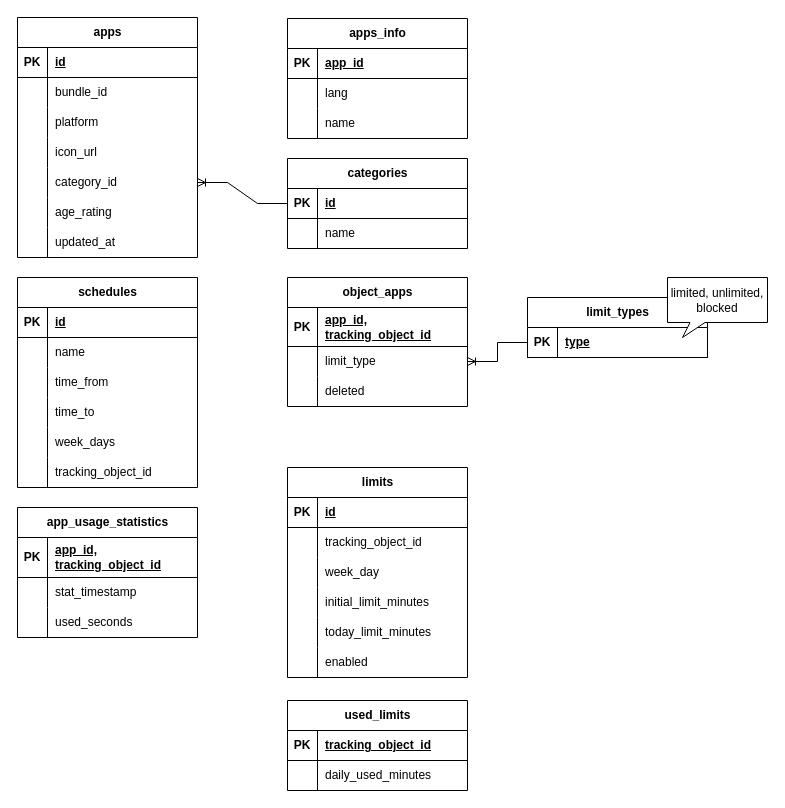
Above: Диаграмма без названия.drawio in satmurat/transfer (draw.io), before the change. Source tidied: cells renumbered, new cells numbered last; positions are measured from the earlier drawing's top-left corner, leaving out a move shared by most shapes. Both pictures are drawn from the tidied source at 100%, with x=0, y=0 at pixel (17, 17).
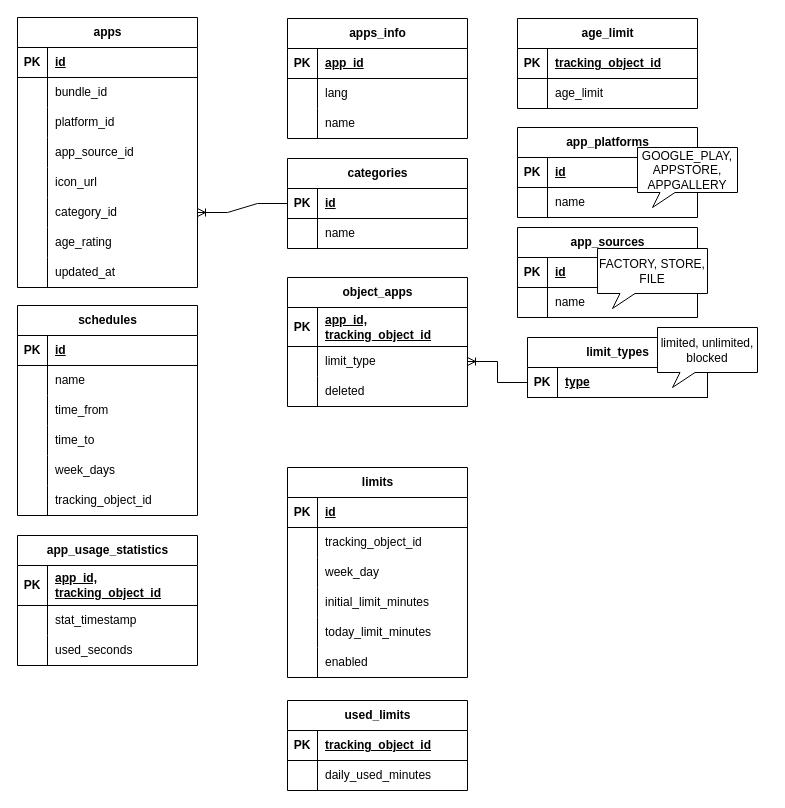
The same page after the edit.

The change refers to these unchanged cells:
```xml
<mxCell id="9" style="shape=tableRow;horizontal=0;startSize=0;swimlaneHead=0;swimlaneBody=0;fillColor=none;top=0;left=0;right=0;bottom=0;" parent="2" vertex="1">
  <mxGeometry y="90" width="180" height="30" as="geometry" />
</mxCell>
```

Change to the diagram source:
```diff
@@
     <mxCell id="2" value="apps" style="shape=table;startSize=30;childLayout=tableLayout;rowLines=0;fontStyle=1;align=center;html=1;" parent="1" vertex="1">
-      <mxGeometry width="180" height="240" as="geometry" />
+      <mxGeometry width="180" height="270" as="geometry" />
     </mxCell>
@@
-    <mxCell id="11" value="platform" style="shape=partialRectangle;fillColor=none;top=0;left=0;bottom=0;right=0;align=left;spacingLeft=6;overflow=hidden;whiteSpace=wrap;html=1;" parent="9" vertex="1">
+    <mxCell id="11" value="platform_id" style="shape=partialRectangle;fillColor=none;top=0;left=0;bottom=0;right=0;align=left;spacingLeft=6;overflow=hidden;whiteSpace=wrap;html=1;" parent="9" vertex="1">
       <mxGeometry x="30" width="150" height="30" as="geometry" />
     </mxCell>
+    <mxCell id="113" style="shape=tableRow;horizontal=0;startSize=0;swimlaneHead=0;swimlaneBody=0;fillColor=none;top=0;left=0;right=0;bottom=0;" parent="2" vertex="1">
+      <mxGeometry y="120" width="180" height="30" as="geometry" />
+    </mxCell>
+    <mxCell id="114" style="shape=partialRectangle;fillColor=none;top=0;left=0;bottom=0;right=0;overflow=hidden;whiteSpace=wrap;html=1;" parent="113" vertex="1">
+      <mxGeometry width="30" height="30" as="geometry" />
+    </mxCell>
+    <mxCell id="115" value="app_source_id" style="shape=partialRectangle;fillColor=none;top=0;left=0;bottom=0;right=0;align=left;spacingLeft=6;overflow=hidden;whiteSpace=wrap;html=1;" parent="113" vertex="1">
+      <mxGeometry x="30" width="150" height="30" as="geometry" />
+    </mxCell>
     <mxCell id="12" style="shape=tableRow;horizontal=0;startSize=0;swimlaneHead=0;swimlaneBody=0;fillColor=none;top=0;left=0;right=0;bottom=0;" parent="2" vertex="1">
-      <mxGeometry y="120" width="180" height="30" as="geometry" />
+      <mxGeometry y="150" width="180" height="30" as="geometry" />
     </mxCell>
@@
     <mxCell id="15" style="shape=tableRow;horizontal=0;startSize=0;swimlaneHead=0;swimlaneBody=0;fillColor=none;points=[[0,0.5],[1,0.5]];portConstraint=eastwest;top=0;left=0;right=0;bottom=0;" parent="2" vertex="1">
-      <mxGeometry y="150" width="180" height="30" as="geometry" />
+      <mxGeometry y="180" width="180" height="30" as="geometry" />
     </mxCell>
@@
     <mxCell id="18" style="shape=tableRow;horizontal=0;startSize=0;swimlaneHead=0;swimlaneBody=0;fillColor=none;top=0;left=0;right=0;bottom=0;" parent="2" vertex="1">
-      <mxGeometry y="180" width="180" height="30" as="geometry" />
+      <mxGeometry y="210" width="180" height="30" as="geometry" />
     </mxCell>
@@
     <mxCell id="21" style="shape=tableRow;horizontal=0;startSize=0;swimlaneHead=0;swimlaneBody=0;fillColor=none;top=0;left=0;right=0;bottom=0;" parent="2" vertex="1">
-      <mxGeometry y="210" width="180" height="30" as="geometry" />
+      <mxGeometry y="240" width="180" height="30" as="geometry" />
     </mxCell>
@@
     <mxCell id="61" value="schedules" style="shape=table;startSize=30;childLayout=tableLayout;rowLines=0;fontStyle=1;align=center;html=1;" parent="1" vertex="1">
-      <mxGeometry y="260" width="180" height="210" as="geometry" />
+      <mxGeometry y="288" width="180" height="210" as="geometry" />
     </mxCell>
@@
     <mxCell id="80" value="limit_types" style="shape=table;startSize=30;childLayout=tableLayout;rowLines=0;fontStyle=1;align=center;html=1;" parent="1" vertex="1">
-      <mxGeometry x="510" y="280" width="180" height="60" as="geometry" />
+      <mxGeometry x="510" y="320" width="180" height="60" as="geometry" />
     </mxCell>
@@
     <mxCell id="84" value="limited, unlimited, blocked" style="whiteSpace=wrap;html=1;shape=mxgraph.basic.rectCallout;dx=30;dy=15;boundedLbl=1;" parent="1" vertex="1">
-      <mxGeometry x="650" y="260" width="100" height="60" as="geometry" />
+      <mxGeometry x="640" y="310" width="100" height="60" as="geometry" />
     </mxCell>
@@
     <mxCell id="92" value="app_usage_statistics" style="shape=table;startSize=30;childLayout=tableLayout;rowLines=0;fontStyle=1;align=center;html=1;" parent="1" vertex="1">
-      <mxGeometry y="490" width="180" height="130" as="geometry" />
+      <mxGeometry y="518" width="180" height="130" as="geometry" />
     </mxCell>
@@
+    <mxCell id="116" value="age_limit" style="shape=table;startSize=30;childLayout=tableLayout;rowLines=0;fontStyle=1;align=center;html=1;" parent="1" vertex="1">
+      <mxGeometry x="500" y="1" width="180" height="90" as="geometry" />
+    </mxCell>
+    <mxCell id="117" style="shape=tableRow;horizontal=0;startSize=0;swimlaneHead=0;swimlaneBody=0;fillColor=none;top=0;left=0;right=0;bottom=1;" parent="116" vertex="1">
+      <mxGeometry y="30" width="180" height="30" as="geometry" />
+    </mxCell>
+    <mxCell id="118" value="PK" style="shape=partialRectangle;fillColor=none;top=0;left=0;bottom=0;right=0;fontStyle=1;overflow=hidden;whiteSpace=wrap;html=1;" parent="117" vertex="1">
+      <mxGeometry width="30" height="30" as="geometry" />
+    </mxCell>
+    <mxCell id="119" value="tracking_object_id" style="shape=partialRectangle;fillColor=none;top=0;left=0;bottom=0;right=0;align=left;spacingLeft=6;fontStyle=5;overflow=hidden;whiteSpace=wrap;html=1;" parent="117" vertex="1">
+      <mxGeometry x="30" width="150" height="30" as="geometry" />
+    </mxCell>
+    <mxCell id="120" style="shape=tableRow;horizontal=0;startSize=0;swimlaneHead=0;swimlaneBody=0;fillColor=none;top=0;left=0;right=0;bottom=0;" parent="116" vertex="1">
+      <mxGeometry y="60" width="180" height="30" as="geometry" />
+    </mxCell>
+    <mxCell id="121" style="shape=partialRectangle;fillColor=none;top=0;left=0;bottom=0;right=0;overflow=hidden;whiteSpace=wrap;html=1;" parent="120" vertex="1">
+      <mxGeometry width="30" height="30" as="geometry" />
+    </mxCell>
+    <mxCell id="122" value="age_limit" style="shape=partialRectangle;fillColor=none;top=0;left=0;bottom=0;right=0;align=left;spacingLeft=6;overflow=hidden;whiteSpace=wrap;html=1;" parent="120" vertex="1">
+      <mxGeometry x="30" width="150" height="30" as="geometry" />
+    </mxCell>
+    <mxCell id="123" value="app_platforms" style="shape=table;startSize=30;childLayout=tableLayout;rowLines=0;fontStyle=1;align=center;html=1;" parent="1" vertex="1">
+      <mxGeometry x="500" y="110" width="180" height="90" as="geometry" />
+    </mxCell>
+    <mxCell id="124" style="shape=tableRow;horizontal=0;startSize=0;swimlaneHead=0;swimlaneBody=0;fillColor=none;top=0;left=0;right=0;bottom=1;" parent="123" vertex="1">
+      <mxGeometry y="30" width="180" height="30" as="geometry" />
+    </mxCell>
+    <mxCell id="125" value="PK" style="shape=partialRectangle;fillColor=none;top=0;left=0;bottom=0;right=0;fontStyle=1;overflow=hidden;whiteSpace=wrap;html=1;" parent="124" vertex="1">
+      <mxGeometry width="30" height="30" as="geometry" />
+    </mxCell>
+    <mxCell id="126" value="id" style="shape=partialRectangle;fillColor=none;top=0;left=0;bottom=0;right=0;align=left;spacingLeft=6;fontStyle=5;overflow=hidden;whiteSpace=wrap;html=1;" parent="124" vertex="1">
+      <mxGeometry x="30" width="150" height="30" as="geometry" />
+    </mxCell>
+    <mxCell id="127" style="shape=tableRow;horizontal=0;startSize=0;swimlaneHead=0;swimlaneBody=0;fillColor=none;top=0;left=0;right=0;bottom=0;" parent="123" vertex="1">
+      <mxGeometry y="60" width="180" height="30" as="geometry" />
+    </mxCell>
+    <mxCell id="128" style="shape=partialRectangle;fillColor=none;top=0;left=0;bottom=0;right=0;overflow=hidden;whiteSpace=wrap;html=1;" parent="127" vertex="1">
+      <mxGeometry width="30" height="30" as="geometry" />
+    </mxCell>
+    <mxCell id="129" value="name" style="shape=partialRectangle;fillColor=none;top=0;left=0;bottom=0;right=0;align=left;spacingLeft=6;overflow=hidden;whiteSpace=wrap;html=1;" parent="127" vertex="1">
+      <mxGeometry x="30" width="150" height="30" as="geometry" />
+    </mxCell>
+    <mxCell id="130" value="GOOGLE_PLAY, APPSTORE, APPGALLERY" style="whiteSpace=wrap;html=1;shape=mxgraph.basic.rectCallout;dx=30;dy=15;boundedLbl=1;" parent="1" vertex="1">
+      <mxGeometry x="620" y="130" width="100" height="60" as="geometry" />
+    </mxCell>
+    <mxCell id="131" value="app_sources" style="shape=table;startSize=30;childLayout=tableLayout;rowLines=0;fontStyle=1;align=center;html=1;" parent="1" vertex="1">
+      <mxGeometry x="500" y="210" width="180" height="90" as="geometry" />
+    </mxCell>
+    <mxCell id="132" style="shape=tableRow;horizontal=0;startSize=0;swimlaneHead=0;swimlaneBody=0;fillColor=none;top=0;left=0;right=0;bottom=1;" parent="131" vertex="1">
+      <mxGeometry y="30" width="180" height="30" as="geometry" />
+    </mxCell>
+    <mxCell id="133" value="PK" style="shape=partialRectangle;fillColor=none;top=0;left=0;bottom=0;right=0;fontStyle=1;overflow=hidden;whiteSpace=wrap;html=1;" parent="132" vertex="1">
+      <mxGeometry width="30" height="30" as="geometry" />
+    </mxCell>
+    <mxCell id="134" value="id" style="shape=partialRectangle;fillColor=none;top=0;left=0;bottom=0;right=0;align=left;spacingLeft=6;fontStyle=5;overflow=hidden;whiteSpace=wrap;html=1;" parent="132" vertex="1">
+      <mxGeometry x="30" width="150" height="30" as="geometry" />
+    </mxCell>
+    <mxCell id="135" style="shape=tableRow;horizontal=0;startSize=0;swimlaneHead=0;swimlaneBody=0;fillColor=none;top=0;left=0;right=0;bottom=0;" parent="131" vertex="1">
+      <mxGeometry y="60" width="180" height="30" as="geometry" />
+    </mxCell>
+    <mxCell id="136" style="shape=partialRectangle;fillColor=none;top=0;left=0;bottom=0;right=0;overflow=hidden;whiteSpace=wrap;html=1;" parent="135" vertex="1">
+      <mxGeometry width="30" height="30" as="geometry" />
+    </mxCell>
+    <mxCell id="137" value="name" style="shape=partialRectangle;fillColor=none;top=0;left=0;bottom=0;right=0;align=left;spacingLeft=6;overflow=hidden;whiteSpace=wrap;html=1;" parent="135" vertex="1">
+      <mxGeometry x="30" width="150" height="30" as="geometry" />
+    </mxCell>
+    <mxCell id="138" value="FACTORY, STORE, FILE" style="whiteSpace=wrap;html=1;shape=mxgraph.basic.rectCallout;dx=30;dy=15;boundedLbl=1;" parent="1" vertex="1">
+      <mxGeometry x="580" y="231" width="110" height="60" as="geometry" />
+    </mxCell>
```
